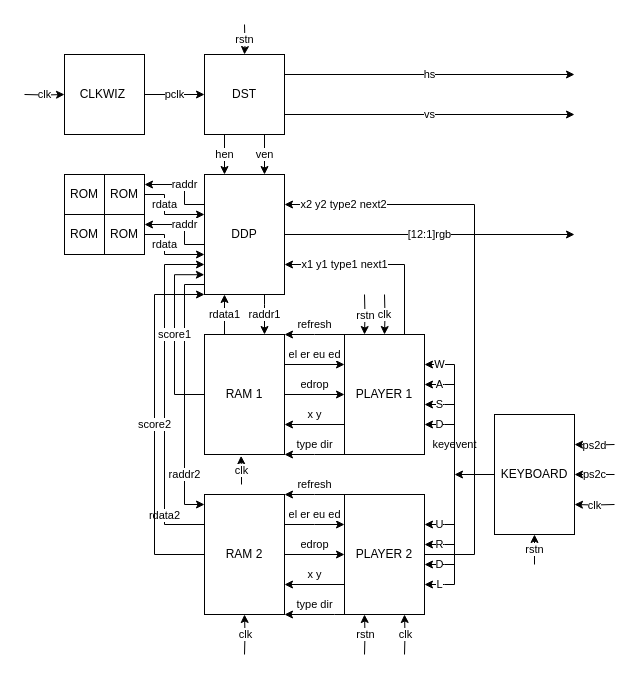
The draw.io diagram 俄罗斯方块 框图.drawio in caochenrui/Draw.io, before the edit. Source tidied: cells renumbered, new cells numbered last; positions are measured from the earlier drawing's top-left corner, leaving out a move shared by most shapes. Both pictures are drawn from the tidied source at 100%, with x=0, y=0 at pixel (24, 24).
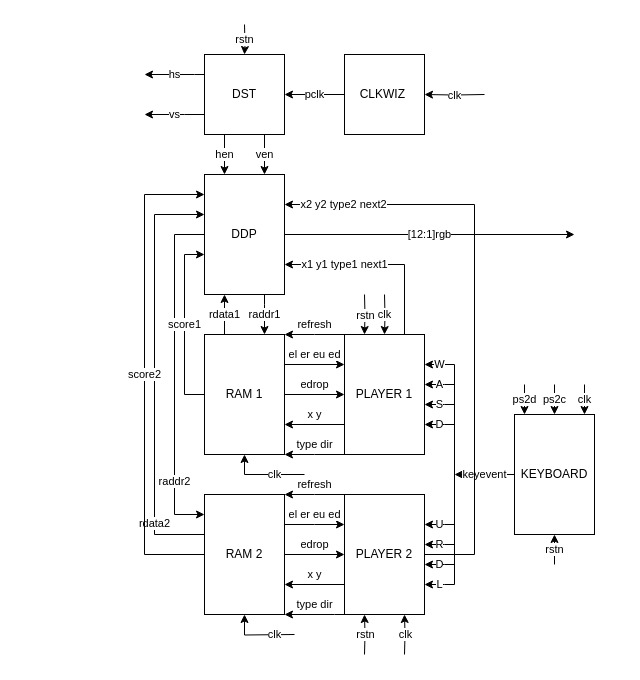
Above is the later version.

Commit message:
更新俄罗斯方块 框图.drawio

The change refers to these unchanged cells:
```xml
<mxCell id="8" value="DDP" style="rounded=0;whiteSpace=wrap;html=1;" parent="1" vertex="1">
  <mxGeometry x="180" y="150" width="80" height="120" as="geometry" />
</mxCell>
<mxCell id="26" value="DST" style="rounded=0;whiteSpace=wrap;html=1;" parent="1" vertex="1">
  <mxGeometry x="180" y="30" width="80" height="80" as="geometry" />
</mxCell>
<mxCell id="47" value="RAM 1" style="rounded=0;whiteSpace=wrap;html=1;" parent="1" vertex="1">
  <mxGeometry x="180" y="310" width="80" height="120" as="geometry" />
</mxCell>
<mxCell id="49" value="RAM 2" style="rounded=0;whiteSpace=wrap;html=1;" parent="1" vertex="1">
  <mxGeometry x="180" y="470" width="80" height="120" as="geometry" />
</mxCell>
```

The edit, as a diff of the source:
```diff
@@
-    <mxCell id="2" value="rdata" style="edgeStyle=orthogonalEdgeStyle;rounded=0;orthogonalLoop=1;jettySize=auto;html=1;" parent="1" edge="1">
-      <mxGeometry x="-0.25" relative="1" as="geometry">
-        <mxPoint x="120" y="170" as="sourcePoint" />
-        <mxPoint x="180" y="190" as="targetPoint" />
-        <Array as="points">
-          <mxPoint x="140" y="170" />
-          <mxPoint x="140" y="190" />
-        </Array>
-      </mxGeometry>
-    </mxCell>
-    <mxCell id="3" value="ROM" style="rounded=0;whiteSpace=wrap;html=1;" parent="1" vertex="1">
-      <mxGeometry x="80" y="150" width="40" height="40" as="geometry" />
-    </mxCell>
@@
-    <mxCell id="5" value="raddr2" style="edgeStyle=orthogonalEdgeStyle;rounded=0;jettySize=auto;html=1;exitX=0;exitY=1;exitDx=0;exitDy=0;" parent="1" edge="1" source="8" target="49">
+    <mxCell id="5" value="raddr2" style="edgeStyle=orthogonalEdgeStyle;rounded=0;jettySize=auto;html=1;" parent="1" edge="1" source="8" target="49">
       <mxGeometry x="0.63" relative="1" as="geometry">
         <Array as="points">
-          <mxPoint x="180" y="260" />
-          <mxPoint x="160" y="260" />
-          <mxPoint x="160" y="480" />
+          <mxPoint x="150" y="210" />
+          <mxPoint x="150" y="490" />
         </Array>
       </mxGeometry>
     </mxCell>
@@
-    <mxCell id="7" value="raddr" style="edgeStyle=orthogonalEdgeStyle;rounded=0;jettySize=auto;html=1;" parent="1" edge="1" target="3">
-      <mxGeometry relative="1" as="geometry">
-        <mxPoint x="180" y="180" as="sourcePoint" />
-        <Array as="points">
-          <mxPoint x="160" y="180" />
-          <mxPoint x="160" y="160" />
-        </Array>
-      </mxGeometry>
-    </mxCell>
@@
-    <mxCell id="10" value="rdata2" style="edgeStyle=orthogonalEdgeStyle;rounded=0;jettySize=auto;html=1;entryX=0;entryY=0.75;entryDx=0;entryDy=0;" parent="1" edge="1" source="49" target="8">
+    <mxCell id="10" value="rdata2" style="edgeStyle=orthogonalEdgeStyle;rounded=0;jettySize=auto;html=1;" parent="1" edge="1" source="49" target="8">
       <mxGeometry x="-0.71" relative="1" as="geometry">
         <Array as="points">
-          <mxPoint x="140" y="500" />
-          <mxPoint x="140" y="240" />
+          <mxPoint x="130" y="510" />
+          <mxPoint x="130" y="190" />
         </Array>
       </mxGeometry>
     </mxCell>
@@
-    <mxCell id="17" value="clk" style="edgeStyle=orthogonalEdgeStyle;rounded=0;jettySize=auto;html=1;entryX=1;entryY=0.75;entryDx=0;entryDy=0;" parent="1" edge="1" target="20">
+    <mxCell id="17" value="clk" style="edgeStyle=orthogonalEdgeStyle;rounded=0;jettySize=auto;html=1;" parent="1" edge="1" target="20">
       <mxGeometry relative="1" as="geometry">
-        <mxPoint x="590" y="480" as="sourcePoint" />
+        <mxPoint x="560" y="360" as="sourcePoint" />
+        <Array as="points">
+          <mxPoint x="560" y="360" />
+        </Array>
       </mxGeometry>
     </mxCell>
-    <mxCell id="18" value="ps2d" style="edgeStyle=orthogonalEdgeStyle;rounded=0;jettySize=auto;html=1;entryX=1;entryY=0.25;entryDx=0;entryDy=0;" parent="1" edge="1" target="20">
+    <mxCell id="18" value="ps2d" style="edgeStyle=orthogonalEdgeStyle;rounded=0;jettySize=auto;html=1;" parent="1" edge="1" target="20">
       <mxGeometry relative="1" as="geometry">
-        <mxPoint x="590" y="420" as="sourcePoint" />
+        <mxPoint x="500" y="360" as="sourcePoint" />
+        <Array as="points">
+          <mxPoint x="500" y="370" />
+          <mxPoint x="500" y="370" />
+        </Array>
       </mxGeometry>
     </mxCell>
     <mxCell id="19" value="keyevent" style="edgeStyle=orthogonalEdgeStyle;rounded=0;jettySize=auto;html=1;exitX=0;exitY=0.5;exitDx=0;exitDy=0;" parent="1" edge="1" source="20">
-      <mxGeometry x="1" y="-30" relative="1" as="geometry">
+      <mxGeometry relative="1" as="geometry">
         <mxPoint x="430" y="450" as="targetPoint" />
         <Array as="points">
           <mxPoint x="430" y="450" />
         </Array>
       </mxGeometry>
     </mxCell>
     <mxCell id="20" value="KEYBOARD" style="rounded=0;whiteSpace=wrap;html=1;" parent="1" vertex="1">
-      <mxGeometry x="470" y="390" width="80" height="120" as="geometry" />
+      <mxGeometry x="490" y="390" width="80" height="120" as="geometry" />
     </mxCell>
@@
-    <mxCell id="23" value="hs" style="edgeStyle=orthogonalEdgeStyle;rounded=0;jettySize=auto;html=1;exitX=1;exitY=0.25;exitDx=0;exitDy=0;" parent="1" edge="1" source="26">
+    <mxCell id="23" value="hs" style="edgeStyle=orthogonalEdgeStyle;rounded=0;jettySize=auto;html=1;" parent="1" edge="1" source="26">
       <mxGeometry relative="1" as="geometry">
-        <mxPoint x="550" y="50" as="targetPoint" />
+        <mxPoint x="120" y="50" as="targetPoint" />
+        <Array as="points">
+          <mxPoint x="170" y="50" />
+          <mxPoint x="170" y="50" />
+        </Array>
       </mxGeometry>
     </mxCell>
-    <mxCell id="24" value="vs" style="edgeStyle=orthogonalEdgeStyle;rounded=0;jettySize=auto;html=1;exitX=1;exitY=0.75;exitDx=0;exitDy=0;" parent="1" edge="1" source="26">
+    <mxCell id="24" value="vs" style="edgeStyle=orthogonalEdgeStyle;rounded=0;jettySize=auto;html=1;" parent="1" edge="1" source="26">
       <mxGeometry relative="1" as="geometry">
-        <mxPoint x="550" y="90" as="targetPoint" />
+        <mxPoint x="120" y="90" as="targetPoint" />
+        <Array as="points">
+          <mxPoint x="160" y="90" />
+          <mxPoint x="160" y="90" />
+        </Array>
       </mxGeometry>
     </mxCell>
@@
-    <mxCell id="28" value="rstn" style="edgeStyle=orthogonalEdgeStyle;rounded=0;jettySize=auto;html=1;entryX=0.5;entryY=1;entryDx=0;entryDy=0;" parent="1" edge="1" target="20">
+    <mxCell id="28" value="rstn" style="edgeStyle=orthogonalEdgeStyle;rounded=0;jettySize=auto;html=1;" parent="1" edge="1" target="20">
       <mxGeometry relative="1" as="geometry">
-        <mxPoint x="510" y="540" as="sourcePoint" />
+        <mxPoint x="530" y="540" as="sourcePoint" />
         <Array as="points">
-          <mxPoint x="510" y="530" />
-          <mxPoint x="510" y="530" />
+          <mxPoint x="530" y="530" />
+          <mxPoint x="530" y="530" />
         </Array>
       </mxGeometry>
     </mxCell>
-    <mxCell id="29" value="ps2c" style="edgeStyle=orthogonalEdgeStyle;rounded=0;jettySize=auto;html=1;entryX=1;entryY=0.5;entryDx=0;entryDy=0;" parent="1" edge="1" target="20">
+    <mxCell id="29" value="ps2c" style="edgeStyle=orthogonalEdgeStyle;rounded=0;jettySize=auto;html=1;" parent="1" edge="1" target="20">
       <mxGeometry relative="1" as="geometry">
-        <mxPoint x="590" y="450" as="sourcePoint" />
+        <mxPoint x="530" y="360" as="sourcePoint" />
         <Array as="points">
-          <mxPoint x="570" y="450" />
-          <mxPoint x="570" y="450" />
+          <mxPoint x="530" y="360" />
         </Array>
       </mxGeometry>
     </mxCell>
@@
     <mxCell id="37" value="CLKWIZ&amp;nbsp;" style="rounded=0;whiteSpace=wrap;html=1;" parent="1" vertex="1">
-      <mxGeometry x="40" y="30" width="80" height="80" as="geometry" />
+      <mxGeometry x="320" y="30" width="80" height="80" as="geometry" />
     </mxCell>
     <mxCell id="38" value="clk" style="edgeStyle=orthogonalEdgeStyle;rounded=0;jettySize=auto;html=1;" parent="1" edge="1" target="37">
       <mxGeometry relative="1" as="geometry">
-        <mxPoint y="70" as="sourcePoint" />
+        <mxPoint x="460" y="70" as="sourcePoint" />
       </mxGeometry>
     </mxCell>
@@
-    <mxCell id="46" value="score1" style="edgeStyle=orthogonalEdgeStyle;shape=connector;rounded=0;jettySize=auto;html=1;exitX=0;exitY=0.5;exitDx=0;exitDy=0;labelBackgroundColor=default;strokeColor=default;fontFamily=Helvetica;fontSize=11;fontColor=default;endArrow=classic;entryX=-0.002;entryY=0.835;entryDx=0;entryDy=0;entryPerimeter=0;" parent="1" edge="1" source="47" target="8">
+    <mxCell id="46" value="score1" style="edgeStyle=orthogonalEdgeStyle;shape=connector;rounded=0;jettySize=auto;html=1;exitX=0;exitY=0.5;exitDx=0;exitDy=0;labelBackgroundColor=default;strokeColor=default;fontFamily=Helvetica;fontSize=11;fontColor=default;endArrow=classic;" parent="1" edge="1" source="47" target="8">
       <mxGeometry relative="1" as="geometry">
         <Array as="points">
-          <mxPoint x="150" y="370" />
-          <mxPoint x="150" y="250" />
+          <mxPoint x="160" y="370" />
+          <mxPoint x="160" y="230" />
         </Array>
       </mxGeometry>
     </mxCell>
@@
-    <mxCell id="48" value="score2" style="edgeStyle=orthogonalEdgeStyle;shape=connector;rounded=0;jettySize=auto;html=1;exitX=0;exitY=0.5;exitDx=0;exitDy=0;labelBackgroundColor=default;strokeColor=default;fontFamily=Helvetica;fontSize=11;fontColor=default;endArrow=classic;entryX=0;entryY=1;entryDx=0;entryDy=0;" parent="1" edge="1" source="49" target="8">
+    <mxCell id="48" value="score2" style="edgeStyle=orthogonalEdgeStyle;shape=connector;rounded=0;jettySize=auto;html=1;exitX=0;exitY=0.5;exitDx=0;exitDy=0;labelBackgroundColor=default;strokeColor=default;fontFamily=Helvetica;fontSize=11;fontColor=default;endArrow=classic;" parent="1" edge="1" source="49" target="8">
       <mxGeometry relative="1" as="geometry">
         <Array as="points">
-          <mxPoint x="130" y="530" />
-          <mxPoint x="130" y="270" />
+          <mxPoint x="120" y="530" />
+          <mxPoint x="120" y="170" />
         </Array>
       </mxGeometry>
     </mxCell>
@@
-    <mxCell id="57" value="clk" style="edgeStyle=orthogonalEdgeStyle;rounded=0;jettySize=auto;html=1;entryX=0.457;entryY=1.011;entryDx=0;entryDy=0;entryPerimeter=0;" parent="1" edge="1" target="47">
-      <mxGeometry relative="1" as="geometry">
-        <mxPoint x="217" y="460" as="sourcePoint" />
+    <mxCell id="57" value="clk" style="edgeStyle=orthogonalEdgeStyle;rounded=0;jettySize=auto;html=1;" parent="1" edge="1" target="47">
+      <mxGeometry x="-0.25" relative="1" as="geometry">
+        <mxPoint x="280" y="450" as="sourcePoint" />
         <Array as="points">
-          <mxPoint x="217" y="450" />
+          <mxPoint x="220" y="450" />
         </Array>
       </mxGeometry>
     </mxCell>
     <mxCell id="58" value="clk" style="edgeStyle=orthogonalEdgeStyle;rounded=0;jettySize=auto;html=1;" parent="1" edge="1" target="49">
-      <mxGeometry relative="1" as="geometry">
-        <mxPoint x="220" y="630" as="sourcePoint" />
+      <mxGeometry x="-0.43" relative="1" as="geometry">
+        <mxPoint x="270" y="610" as="sourcePoint" />
       </mxGeometry>
     </mxCell>
-    <mxCell id="59" value="ROM" style="rounded=0;whiteSpace=wrap;html=1;" parent="1" vertex="1">
-      <mxGeometry x="80" y="190" width="40" height="40" as="geometry" />
-    </mxCell>
-    <mxCell id="60" value="rdata" style="edgeStyle=orthogonalEdgeStyle;rounded=0;orthogonalLoop=1;jettySize=auto;html=1;" parent="1" edge="1">
-      <mxGeometry x="-0.25" relative="1" as="geometry">
-        <mxPoint x="120" y="210" as="sourcePoint" />
-        <mxPoint x="180" y="230" as="targetPoint" />
-        <Array as="points">
-          <mxPoint x="140" y="210" />
-          <mxPoint x="140" y="230" />
-        </Array>
-      </mxGeometry>
-    </mxCell>
-    <mxCell id="61" value="raddr" style="edgeStyle=orthogonalEdgeStyle;rounded=0;orthogonalLoop=1;jettySize=auto;html=1;" parent="1" edge="1">
-      <mxGeometry relative="1" as="geometry">
-        <mxPoint x="180" y="220" as="sourcePoint" />
-        <mxPoint x="120" y="200" as="targetPoint" />
-        <Array as="points">
-          <mxPoint x="160" y="220" />
-          <mxPoint x="160" y="200" />
-        </Array>
-      </mxGeometry>
-    </mxCell>
-    <mxCell id="62" value="ROM" style="rounded=0;whiteSpace=wrap;html=1;" parent="1" vertex="1">
-      <mxGeometry x="40" y="150" width="40" height="40" as="geometry" />
-    </mxCell>
-    <mxCell id="63" value="ROM" style="rounded=0;whiteSpace=wrap;html=1;" parent="1" vertex="1">
-      <mxGeometry x="40" y="190" width="40" height="40" as="geometry" />
-    </mxCell>
```
